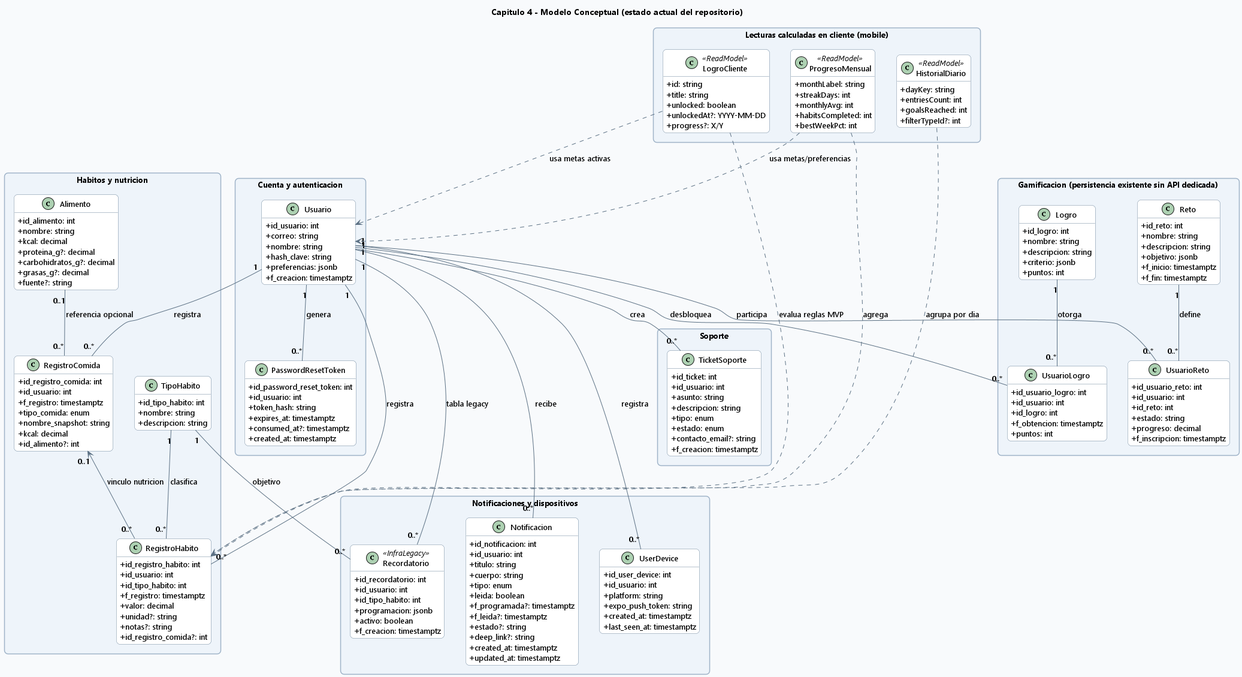
This is out/docs/diagrams/cap4/01_modelo_conceptual/01_modelo_conceptual.png from TPerez13/TFG, a PlantUML export, as it was before one commit.
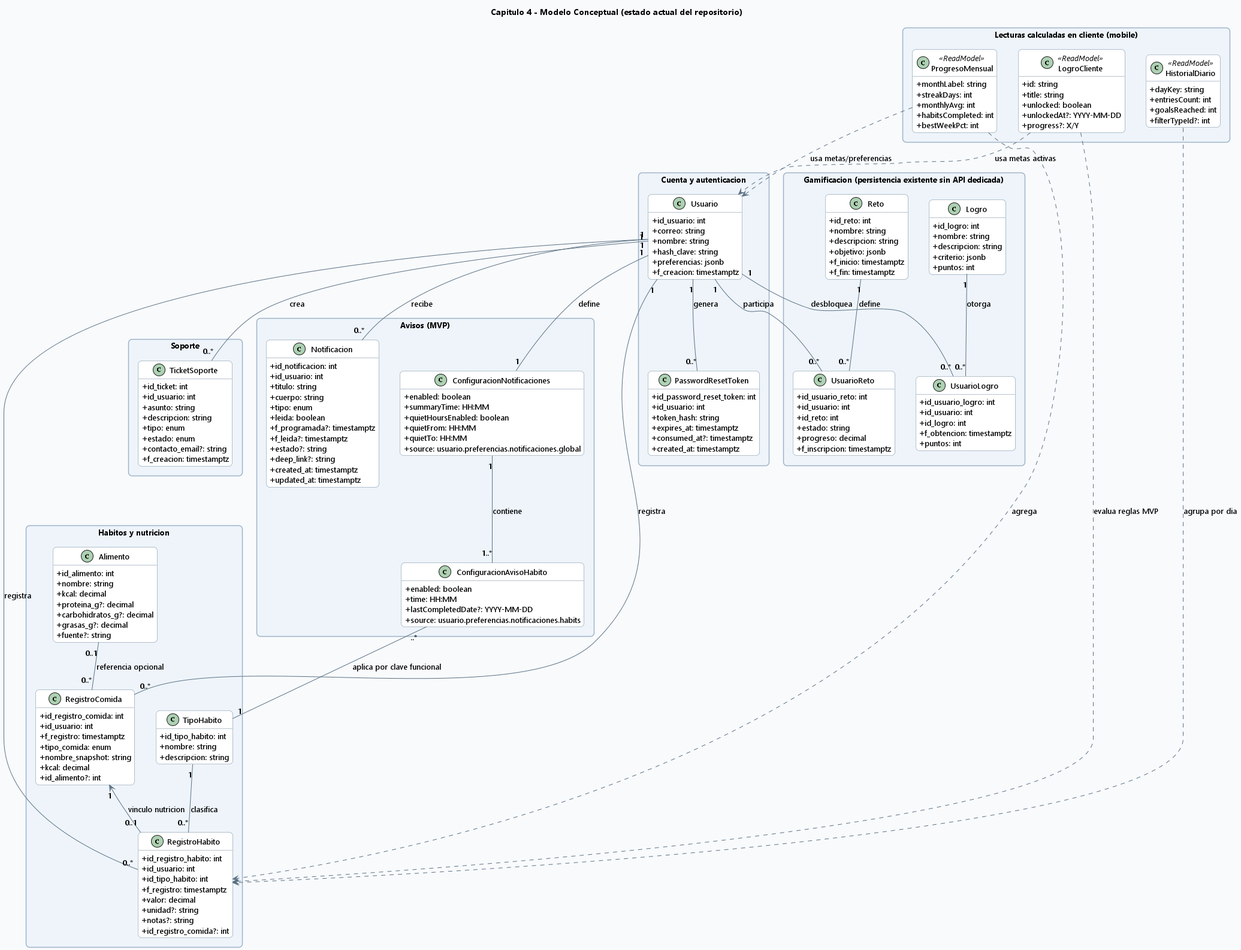
The same file after the commit.

The edit, as a diff of the source:
```diff
@@ -79,7 +79,24 @@
   }
 }
 
-package "Notificaciones y dispositivos" {
+package "Avisos (MVP)" {
+  class ConfiguracionNotificaciones {
+    +enabled: boolean
+    +summaryTime: HH:MM
+    +quietHoursEnabled: boolean
+    +quietFrom: HH:MM
+    +quietTo: HH:MM
+    +source: usuario.preferencias.notificaciones.global
+  }
+
+  class ConfiguracionAvisoHabito {
+    +habitKey: enum(hidratacion,nutricion,ejercicio,sueno,meditacion)
+    +enabled: boolean
+    +time: HH:MM
+    +lastCompletedDate?: YYYY-MM-DD
+    +source: usuario.preferencias.notificaciones.habits
+  }
+
   class Notificacion {
     +id_notificacion: int
     +id_usuario: int
@@ -93,24 +110,6 @@
     +deep_link?: string
     +created_at: timestamptz
     +updated_at: timestamptz
-  }
-
-  class UserDevice {
-    +id_user_device: int
-    +id_usuario: int
-    +platform: string
-    +expo_push_token: string
-    +created_at: timestamptz
-    +last_seen_at: timestamptz
-  }
-
-  class Recordatorio <<InfraLegacy>> {
-    +id_recordatorio: int
-    +id_usuario: int
-    +id_tipo_habito: int
-    +programacion: jsonb
-    +activo: boolean
-    +f_creacion: timestamptz
   }
 }
 
@@ -195,14 +194,14 @@
 
 Usuario "1" -- "0..*" RegistroComida : registra
 Alimento "0..1" -- "0..*" RegistroComida : referencia opcional
-RegistroComida "0..1" <-- "0..*" RegistroHabito : vinculo nutricion
+RegistroComida "1" <-- "0..1" RegistroHabito : vinculo nutricion
+
+Usuario "1" -- "1" ConfiguracionNotificaciones : define
+ConfiguracionNotificaciones "1" -- "1..*" ConfiguracionAvisoHabito : contiene
+ConfiguracionAvisoHabito "..*" -- "1" TipoHabito : aplica por clave funcional
 
 Usuario "1" -- "0..*" Notificacion : recibe
-Usuario "1" -- "0..*" UserDevice : registra
 Usuario "1" -- "0..*" TicketSoporte : crea
-
-Usuario "1" -- "0..*" Recordatorio : tabla legacy
-TipoHabito "1" -- "0..*" Recordatorio : objetivo
 
 Usuario "1" -- "0..*" UsuarioLogro : desbloquea
 Logro "1" -- "0..*" UsuarioLogro : otorga
```
